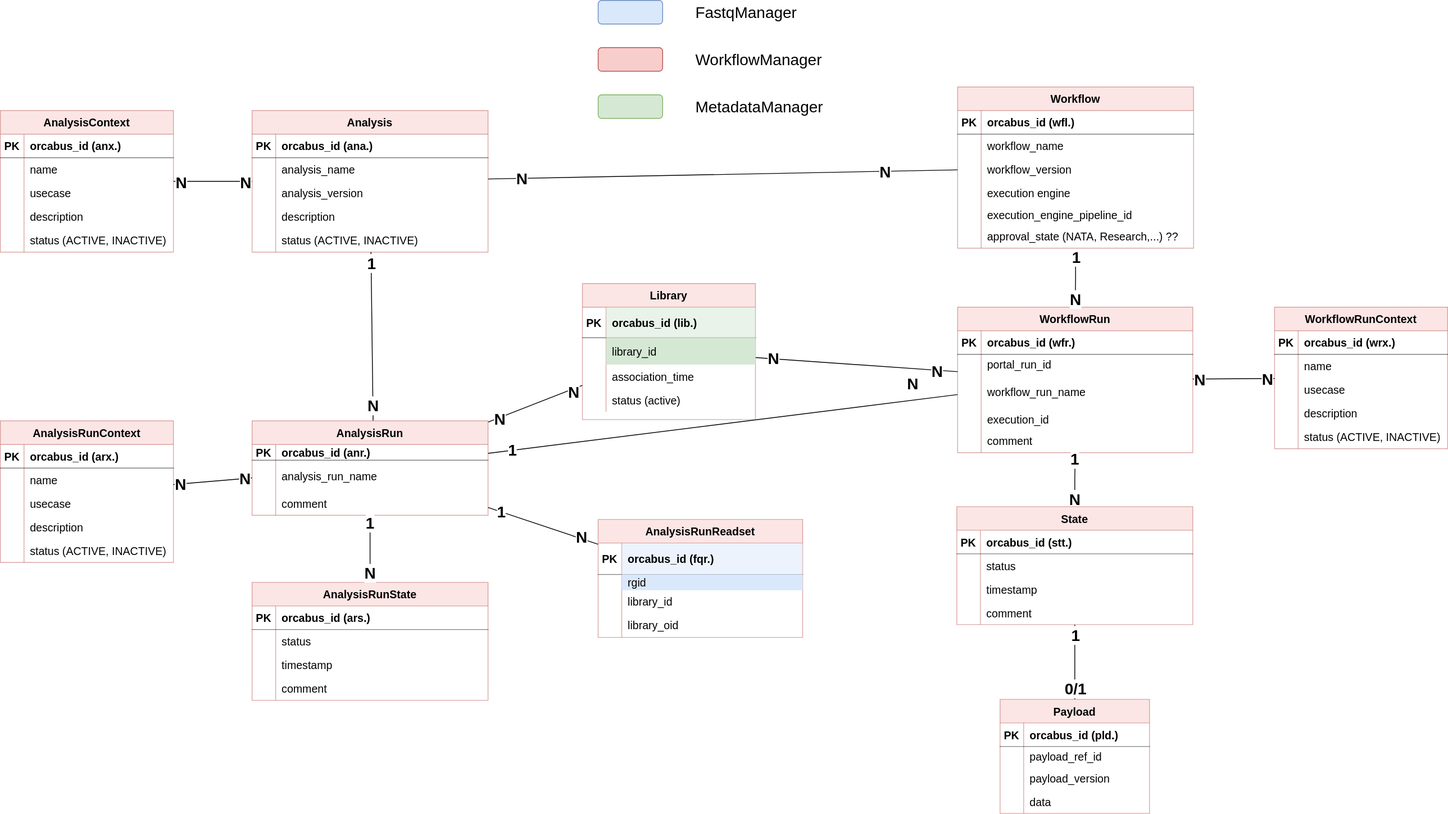
Earlier version of the draw.io export docs/diagrams/workflow-manager-entity-diagram.drawio.svg (OrcaBus/service-workflow-manager). Source tidied: cells renumbered, new cells last; positions are measured from the earlier drawing's top-left corner, leaving out a move shared by most shapes.
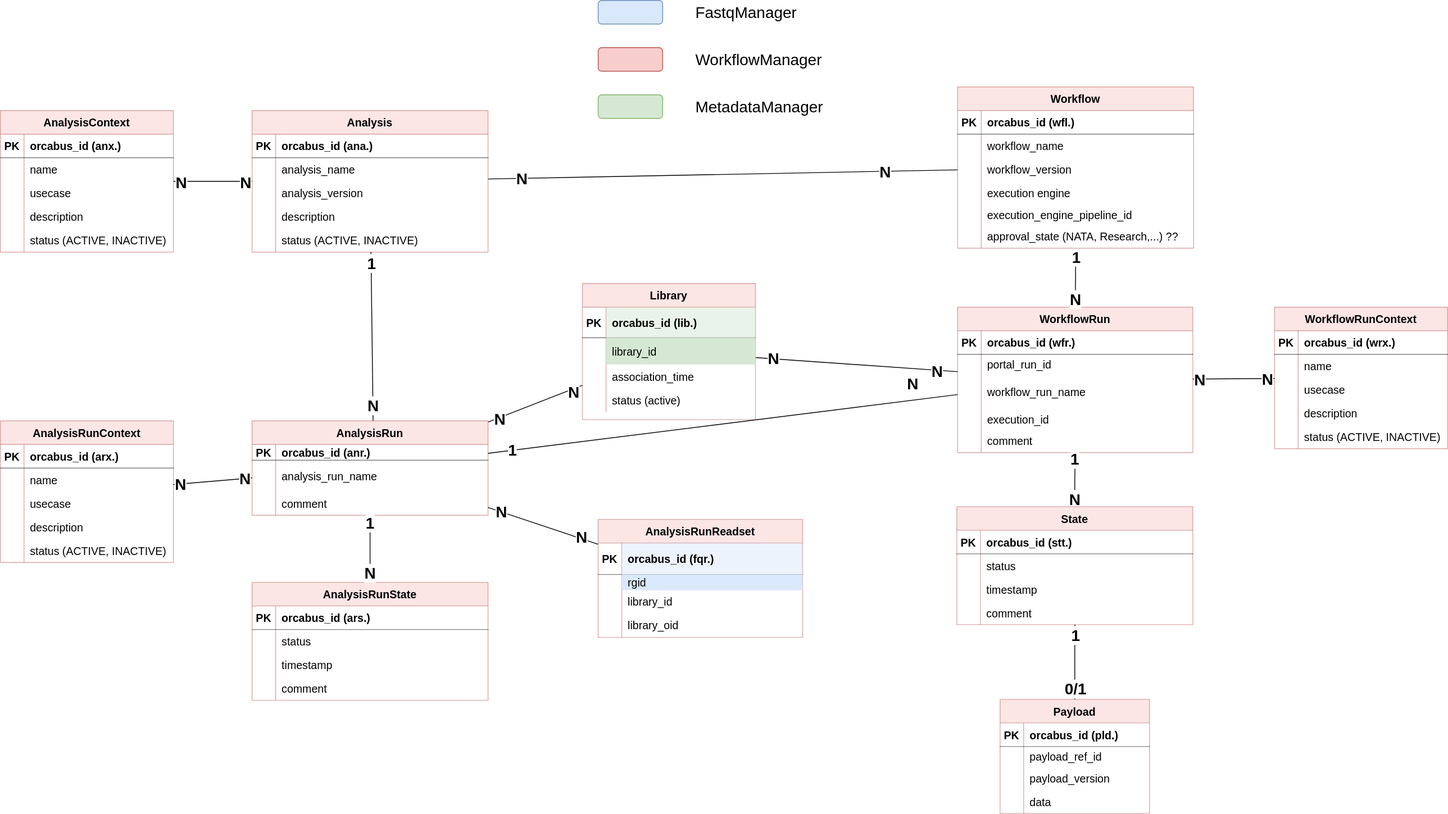
Later version of the same file.

Commit message:
Fix entity diagram

What changed in the source:
```diff
@@ -440,7 +440,7 @@
     <mxCell id="145" style="rounded=0;jettySize=auto;html=1;endArrow=none;startFill=0;" parent="1" edge="1" source="148" target="21">
       <mxGeometry relative="1" as="geometry" />
     </mxCell>
-    <mxCell id="146" value="&lt;b&gt;&lt;font style=&quot;font-size: 20px;&quot;&gt;1&lt;/font&gt;&lt;/b&gt;" style="edgeLabel;html=1;align=center;verticalAlign=middle;" parent="145" vertex="1">
+    <mxCell id="146" value="&lt;b&gt;&lt;font style=&quot;font-size: 20px;&quot;&gt;N&lt;/font&gt;&lt;/b&gt;" style="edgeLabel;html=1;align=center;verticalAlign=middle;" parent="145" vertex="1">
       <mxGeometry x="0.78" y="-1" relative="1" as="geometry" />
     </mxCell>
     <mxCell id="147" value="&lt;b&gt;&lt;font style=&quot;font-size: 20px;&quot;&gt;N&lt;/font&gt;&lt;/b&gt;" style="edgeLabel;html=1;align=center;verticalAlign=middle;" parent="145" vertex="1">
```
